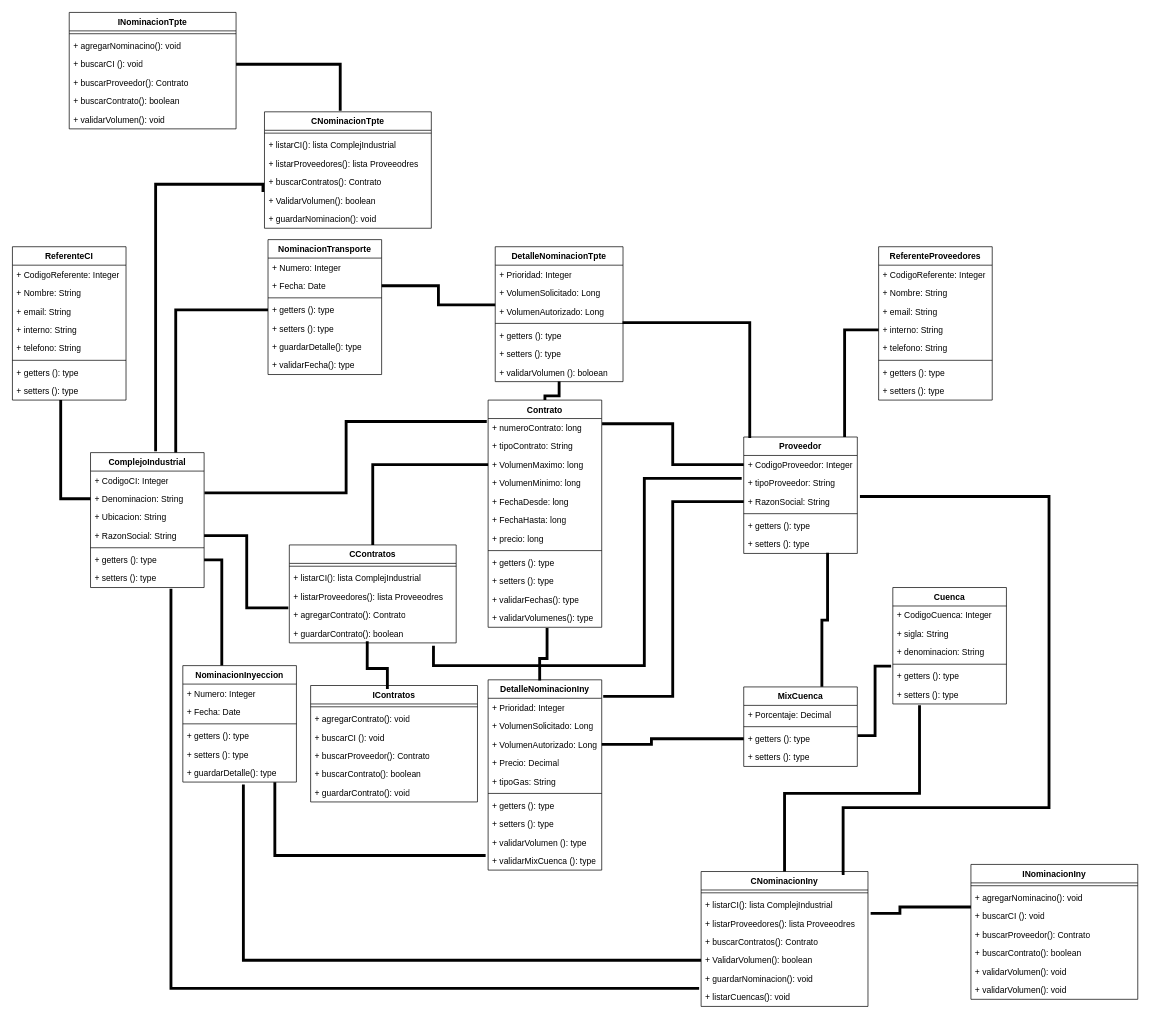
Above: Modelo de diseño.drawio in jsvaca/Seminario (draw.io), before the change. Source tidied: cells renumbered, new cells numbered last; positions are measured from the earlier drawing's top-left corner, leaving out a move shared by most shapes. Both pictures are drawn from the tidied source at 71%, with x=0, y=0 at pixel (12, 12).
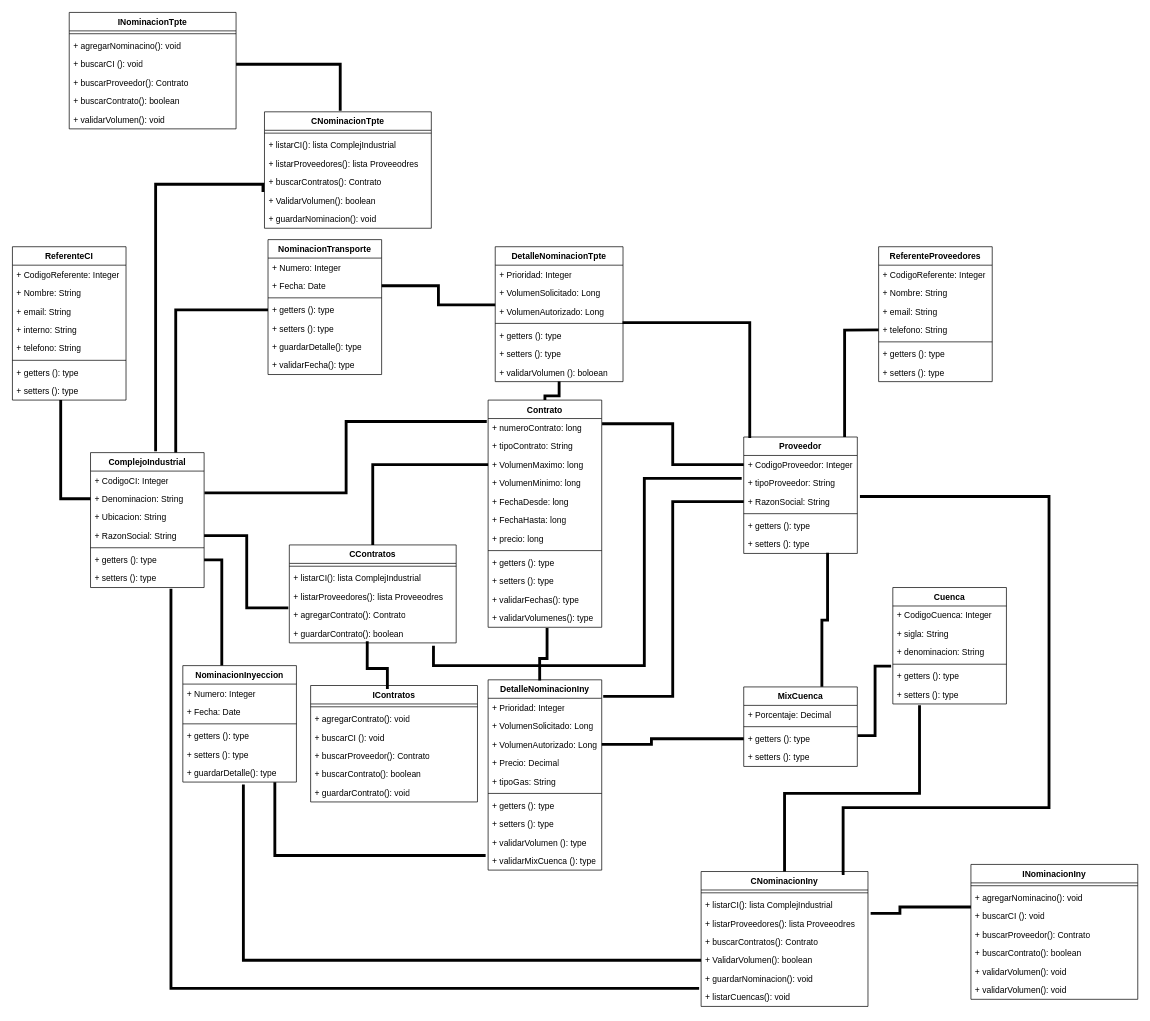
The same page after the edit.

The change refers to these unchanged cells:
```xml
<mxCell id="62" value="Proveedor" style="swimlane;fontStyle=1;align=center;verticalAlign=top;horizontal=1;startSize=26;whiteSpace=wrap;html=1;" parent="1" vertex="1">
  <mxGeometry x="1030" y="598" width="160" height="164" as="geometry" />
</mxCell>
```

Diff of the diagram source:
```diff
@@
     <mxCell id="53" value="ReferenteProveedores" style="swimlane;fontStyle=1;align=center;verticalAlign=top;horizontal=1;startSize=26;whiteSpace=wrap;html=1;" parent="1" vertex="1">
-      <mxGeometry x="1220" y="330" width="160" height="216" as="geometry" />
+      <mxGeometry x="1220" y="330" width="160" height="190" as="geometry" />
     </mxCell>
@@
-    <mxCell id="57" value="+ interno: String" style="text;strokeColor=none;fillColor=none;align=left;verticalAlign=top;spacingLeft=4;spacingRight=4;overflow=hidden;points=[[0,0.5],[1,0.5]];portConstraint=eastwest;whiteSpace=wrap;html=1;" parent="53" vertex="1">
-      <mxGeometry y="104" width="160" height="26" as="geometry" />
-    </mxCell>
     <mxCell id="58" value="+ telefono: String" style="text;strokeColor=none;fillColor=none;align=left;verticalAlign=top;spacingLeft=4;spacingRight=4;overflow=hidden;whiteSpace=wrap;html=1;" parent="53" vertex="1">
-      <mxGeometry y="130" width="160" height="26" as="geometry" />
+      <mxGeometry y="104" width="160" height="26" as="geometry" />
     </mxCell>
     <mxCell id="59" style="line;strokeWidth=1;fillColor=none;align=left;verticalAlign=middle;spacingTop=-1;spacingLeft=3;spacingRight=3;labelPosition=right;strokeColor=inherit;" parent="53" vertex="1">
-      <mxGeometry y="156" width="160" height="8" as="geometry" />
+      <mxGeometry y="130" width="160" height="8" as="geometry" />
     </mxCell>
     <mxCell id="60" value="+ getters (): type" style="text;strokeColor=none;fillColor=none;align=left;verticalAlign=top;spacingLeft=4;spacingRight=4;overflow=hidden;whiteSpace=wrap;html=1;" parent="53" vertex="1">
-      <mxGeometry y="164" width="160" height="26" as="geometry" />
+      <mxGeometry y="138" width="160" height="26" as="geometry" />
     </mxCell>
     <mxCell id="61" value="+ setters (): type" style="text;strokeColor=none;fillColor=none;align=left;verticalAlign=top;spacingLeft=4;spacingRight=4;overflow=hidden;whiteSpace=wrap;html=1;" parent="53" vertex="1">
-      <mxGeometry y="190" width="160" height="26" as="geometry" />
+      <mxGeometry y="164" width="160" height="26" as="geometry" />
     </mxCell>
@@
-    <mxCell id="150" style="endArrow=none;html=1;rounded=0;edgeStyle=orthogonalEdgeStyle;strokeWidth=4;exitX=0;exitY=0.5;exitDx=0;exitDy=0;entryX=0.888;entryY=-0.001;entryDx=0;entryDy=0;entryPerimeter=0;" parent="1" edge="1" source="57" target="62">
-      <mxGeometry relative="1" as="geometry" />
+    <mxCell id="150" style="endArrow=none;html=1;rounded=0;edgeStyle=orthogonalEdgeStyle;strokeWidth=4;exitX=0;exitY=0.5;exitDx=0;exitDy=0;entryX=0.888;entryY=-0.001;entryDx=0;entryDy=0;entryPerimeter=0;" parent="1" edge="1" target="62">
+      <mxGeometry relative="1" as="geometry">
+        <mxPoint x="1220" y="447" as="sourcePoint" />
+      </mxGeometry>
     </mxCell>
```
